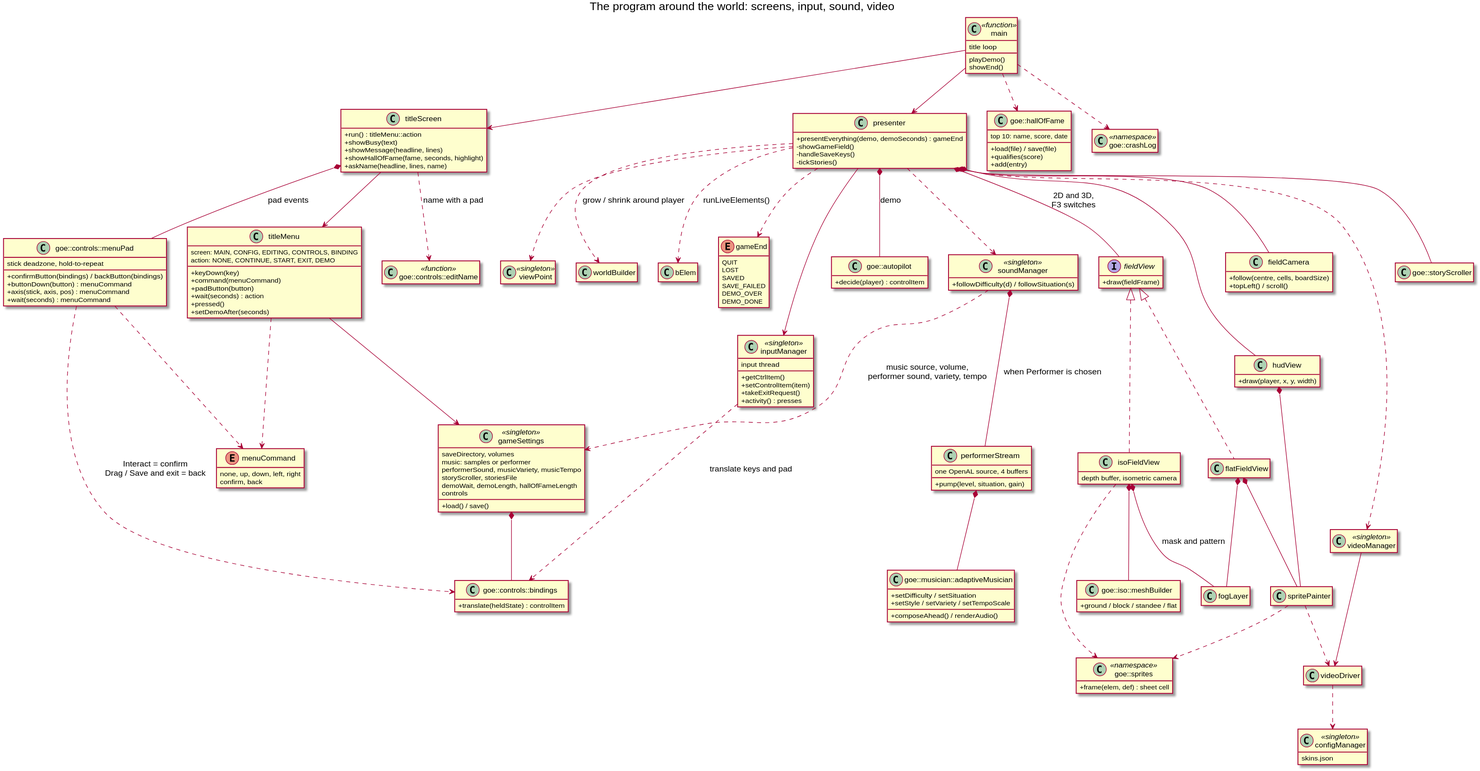
Earlier version of the PlantUML export docs/diagrams/03-application-classes.svg (arielkonopka/Gardens-of-Eris).
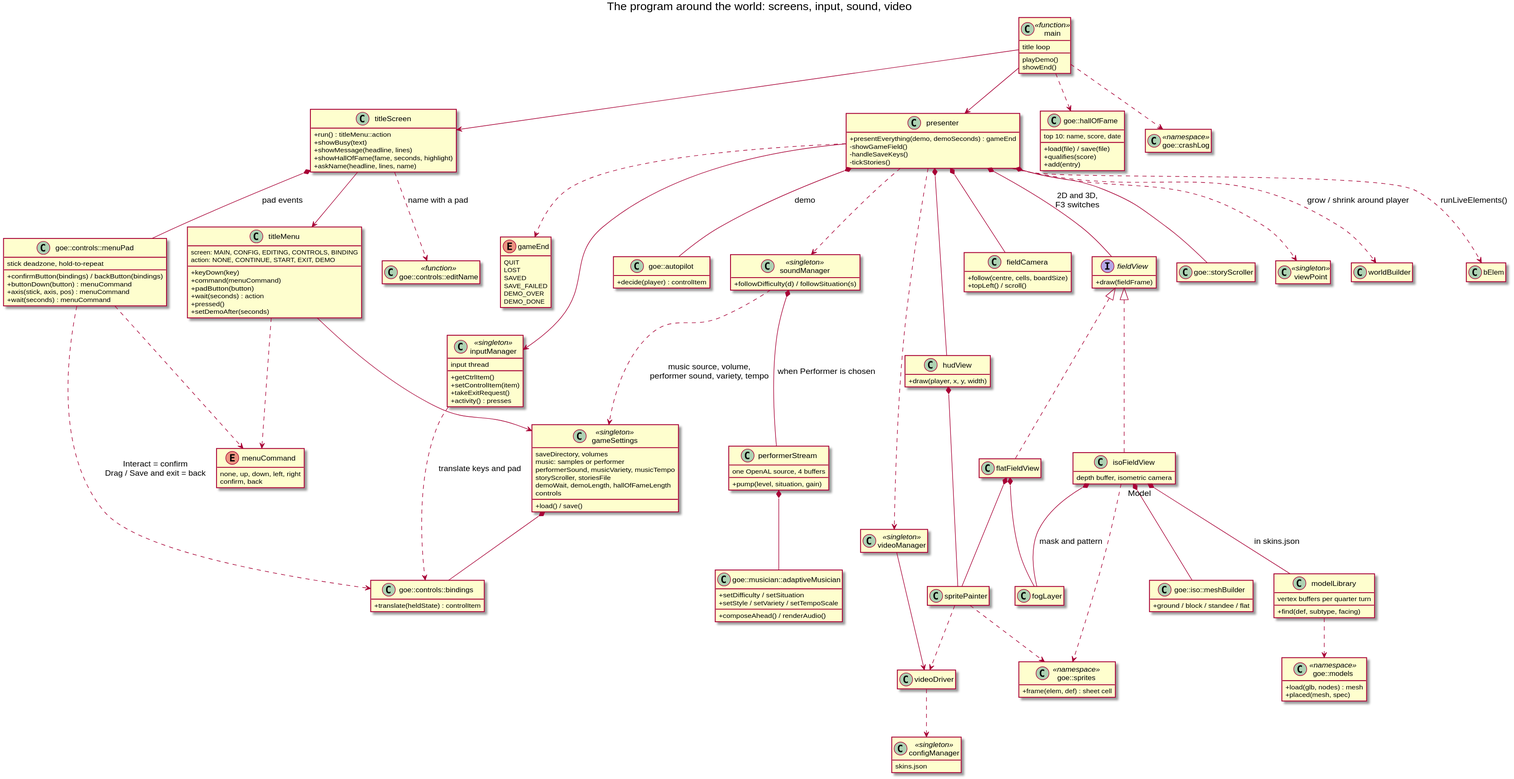
The same file after the commit.

The edit, as a diff of the source:
```diff
@@ -106,6 +106,14 @@
 class "goe::iso::meshBuilder" as meshBuilder {
   +ground / block / standee / flat
 }
+class modelLibrary {
+  +find(def, subtype, facing)
+  vertex buffers per quarter turn
+}
+class "goe::models" as models <<namespace>> {
+  +load(glb, nodes) : mesh
+  +placed(mesh, spec)
+}
 class fieldCamera {
   +follow(centre, cells, boardSize)
   +topLeft() / scroll()
@@ -145,6 +153,8 @@
 isoFieldView *-- meshBuilder
 isoFieldView *-- fogLayer : mask and pattern
 isoFieldView ..> sprites
+isoFieldView *-- modelLibrary : "Model" in skins.json
+modelLibrary ..> models
 flatFieldView *-- fogLayer
 flatFieldView *-- spritePainter
 hudView *-- spritePainter
```
